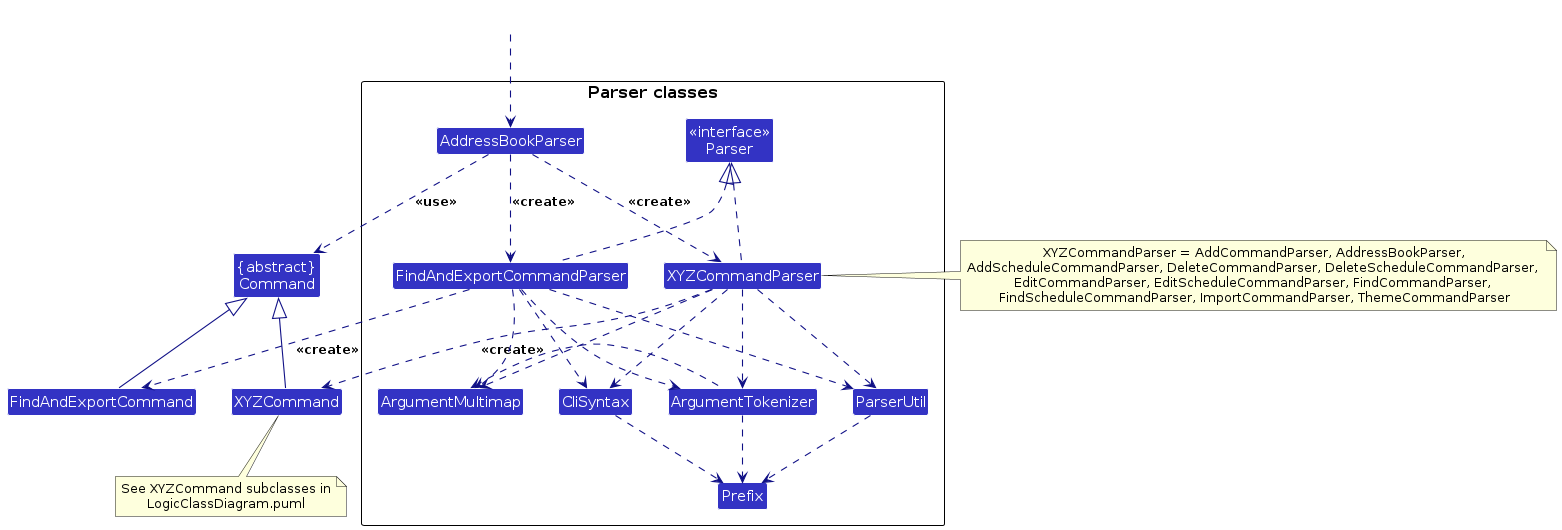
This is diagrams/ParserClasses.png from AY2324S2-CS2103T-W08-3/tp, a PlantUML export, as it was before one commit. Its source is kept beside it as diagrams/ParserClasses.puml.
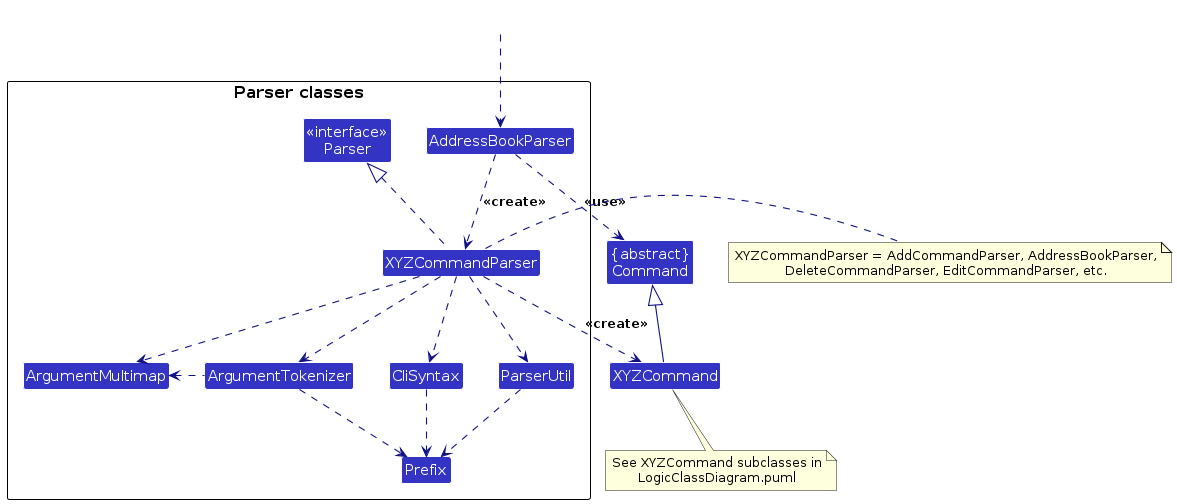
After the change.

Diff of the diagram source:
```diff
@@ -6,13 +6,11 @@
 
 Class "{abstract}\nCommand" as Command
 Class XYZCommand
-Class FindAndExportCommand
 
 package "Parser classes"{
 Class "<<interface>>\nParser" as Parser
 Class AddressBookParser
 Class XYZCommandParser
-Class FindAndExportCommandParser
 Class CliSyntax
 Class ParserUtil
 Class ArgumentMultimap
@@ -24,29 +22,25 @@
 HiddenOutside ..> AddressBookParser
 
 AddressBookParser .down.> XYZCommandParser: <<create>>
-AddressBookParser .down.> FindAndExportCommandParser: <<create>>
 
 XYZCommandParser ..> XYZCommand : <<create>>
-FindAndExportCommandParser ..> FindAndExportCommand : <<create>>
+
 AddressBookParser ..> Command : <<use>>
 XYZCommandParser .up.|> Parser
-FindAndExportCommandParser .up.|> Parser
 XYZCommandParser ..> ArgumentMultimap
 XYZCommandParser ..> ArgumentTokenizer
-FindAndExportCommandParser ..> ArgumentMultimap
-FindAndExportCommandParser ..> ArgumentTokenizer
+
+
 ArgumentTokenizer .left.> ArgumentMultimap
 XYZCommandParser ..> CliSyntax
-FindAndExportCommandParser ..> CliSyntax
+
 CliSyntax ..> Prefix
 XYZCommandParser ..> ParserUtil
-FindAndExportCommandParser ..> ParserUtil
 ParserUtil .down.> Prefix
 ArgumentTokenizer .down.> Prefix
 XYZCommand -up-|> Command
-FindAndExportCommand -up-|> Command
 
-note right of XYZCommandParser: XYZCommandParser = AddCommandParser, AddressBookParser,\nAddScheduleCommandParser, DeleteCommandParser, DeleteScheduleCommandParser, \nEditCommandParser, EditScheduleCommandParser, FindCommandParser, \nFindScheduleCommandParser, ImportCommandParser, ThemeCommandParser
+note right of XYZCommandParser: XYZCommandParser = AddCommandParser, AddressBookParser,\nDeleteCommandParser, EditCommandParser, etc.
 
 note bottom of XYZCommand: See XYZCommand subclasses in\nLogicClassDiagram.puml
 
```
